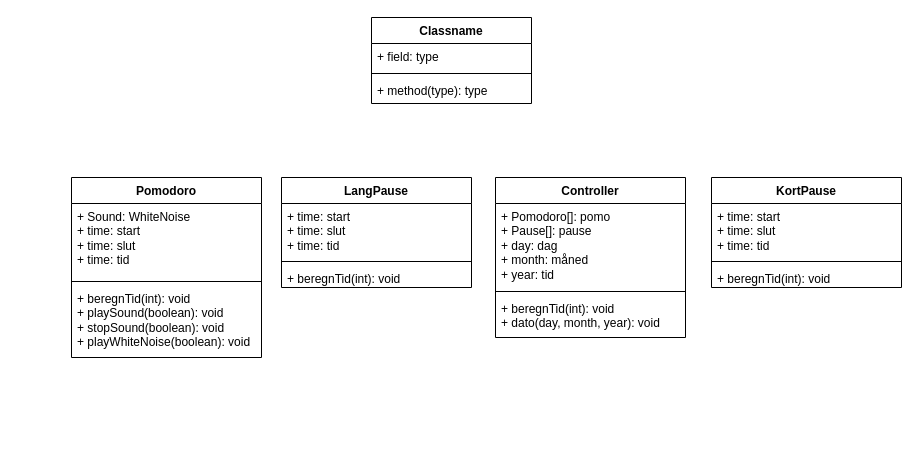
This is nedarvning.drawio from H24HX3Pomodoro/Pomodoro, a draw.io file, before an edit. Source tidied: cells renumbered, new cells numbered last; positions are measured from the earlier drawing's top-left corner, leaving out a move shared by most shapes. Both pictures are drawn from the tidied source at 100%, with x=0, y=0 at pixel (71, 17).
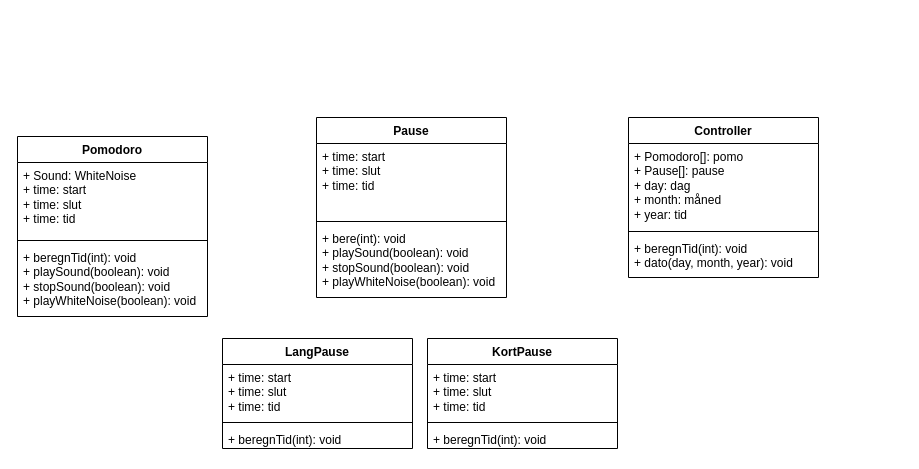
The same diagram, later.

Diff of the diagram source:
```diff
@@
-    <mxCell id="2" value="Pomodoro" style="swimlane;fontStyle=1;align=center;verticalAlign=top;horizontal=1;startSize=26;whiteSpace=wrap;html=1;" parent="1" vertex="1">
-      <mxGeometry y="160" width="190" height="180" as="geometry" />
-    </mxCell>
-    <mxCell id="3" value="+ Sound: WhiteNoise&lt;div&gt;+ time: start&lt;/div&gt;&lt;div&gt;+ time: slut&lt;/div&gt;&lt;div&gt;+ time: tid&lt;/div&gt;" style="text;strokeColor=none;fillColor=none;align=left;verticalAlign=top;spacingLeft=4;spacingRight=4;overflow=hidden;whiteSpace=wrap;html=1;" parent="2" vertex="1">
-      <mxGeometry y="26" width="190" height="74" as="geometry" />
-    </mxCell>
-    <mxCell id="4" style="line;strokeWidth=1;fillColor=none;align=left;verticalAlign=middle;spacingTop=-1;spacingLeft=3;spacingRight=3;labelPosition=right;strokeColor=inherit;" parent="2" vertex="1">
-      <mxGeometry y="100" width="190" height="8" as="geometry" />
-    </mxCell>
-    <mxCell id="5" value="+ beregnTid(int): void&lt;div&gt;+ playSound(boolean): void&lt;/div&gt;&lt;div&gt;+ stopSound(boolean): void&lt;/div&gt;&lt;div&gt;+ playWhiteNoise(boolean): void&lt;/div&gt;" style="text;strokeColor=none;fillColor=none;align=left;verticalAlign=top;spacingLeft=4;spacingRight=4;overflow=hidden;whiteSpace=wrap;html=1;" parent="2" vertex="1">
-      <mxGeometry y="108" width="190" height="72" as="geometry" />
-    </mxCell>
+    <mxCell id="22" value="Pause" style="swimlane;fontStyle=1;align=center;verticalAlign=top;horizontal=1;startSize=26;whiteSpace=wrap;html=1;" parent="1" vertex="1">
+      <mxGeometry x="245" y="100" width="190" height="180" as="geometry" />
+    </mxCell>
+    <mxCell id="23" value="&lt;div&gt;+ time: start&lt;/div&gt;&lt;div&gt;+ time: slut&lt;/div&gt;&lt;div&gt;+ time: tid&lt;/div&gt;" style="text;strokeColor=none;fillColor=none;align=left;verticalAlign=top;spacingLeft=4;spacingRight=4;overflow=hidden;whiteSpace=wrap;html=1;" parent="22" vertex="1">
+      <mxGeometry y="26" width="190" height="74" as="geometry" />
+    </mxCell>
+    <mxCell id="24" style="line;strokeWidth=1;fillColor=none;align=left;verticalAlign=middle;spacingTop=-1;spacingLeft=3;spacingRight=3;labelPosition=right;strokeColor=inherit;" parent="22" vertex="1">
+      <mxGeometry y="100" width="190" height="8" as="geometry" />
+    </mxCell>
+    <mxCell id="25" value="+ bere(int): void&lt;div&gt;+ playSound(boolean): void&lt;/div&gt;&lt;div&gt;+ stopSound(boolean): void&lt;/div&gt;&lt;div&gt;+ playWhiteNoise(boolean): void&lt;/div&gt;" style="text;strokeColor=none;fillColor=none;align=left;verticalAlign=top;spacingLeft=4;spacingRight=4;overflow=hidden;whiteSpace=wrap;html=1;" parent="22" vertex="1">
+      <mxGeometry y="108" width="190" height="72" as="geometry" />
+    </mxCell>
     <mxCell id="6" value="LangPause" style="swimlane;fontStyle=1;align=center;verticalAlign=top;horizontal=1;startSize=26;whiteSpace=wrap;html=1;" parent="1" vertex="1">
-      <mxGeometry x="210" y="160" width="190" height="110" as="geometry" />
+      <mxGeometry x="151" y="321" width="190" height="110" as="geometry" />
     </mxCell>
-    <mxCell id="7" value="&lt;div&gt;+ time: start&lt;/div&gt;&lt;div&gt;+ time: slut&lt;/div&gt;&lt;div&gt;+ time: tid&lt;/div&gt;" style="text;strokeColor=none;fillColor=none;align=left;verticalAlign=top;spacingLeft=4;spacingRight=4;overflow=hidden;whiteSpace=wrap;html=1;" parent="6" vertex="1">
-      <mxGeometry y="26" width="190" height="54" as="geometry" />
-    </mxCell>
-    <mxCell id="8" style="line;strokeWidth=1;fillColor=none;align=left;verticalAlign=middle;spacingTop=-1;spacingLeft=3;spacingRight=3;labelPosition=right;strokeColor=inherit;" parent="6" vertex="1">
-      <mxGeometry y="80" width="190" height="8" as="geometry" />
-    </mxCell>
-    <mxCell id="9" value="+ beregnTid(int): void&lt;div&gt;&lt;br&gt;&lt;/div&gt;" style="text;strokeColor=none;fillColor=none;align=left;verticalAlign=top;spacingLeft=4;spacingRight=4;overflow=hidden;whiteSpace=wrap;html=1;" parent="6" vertex="1">
-      <mxGeometry y="88" width="190" height="22" as="geometry" />
-    </mxCell>
+    <mxCell id="26" value="&lt;div&gt;+ time: start&lt;/div&gt;&lt;div&gt;+ time: slut&lt;/div&gt;&lt;div&gt;+ time: tid&lt;/div&gt;" style="text;strokeColor=none;fillColor=none;align=left;verticalAlign=top;spacingLeft=4;spacingRight=4;overflow=hidden;whiteSpace=wrap;html=1;" parent="6" vertex="1">
+      <mxGeometry y="26" width="190" height="54" as="geometry" />
+    </mxCell>
+    <mxCell id="27" style="line;strokeWidth=1;fillColor=none;align=left;verticalAlign=middle;spacingTop=-1;spacingLeft=3;spacingRight=3;labelPosition=right;strokeColor=inherit;" parent="6" vertex="1">
+      <mxGeometry y="80" width="190" height="8" as="geometry" />
+    </mxCell>
+    <mxCell id="28" value="+ beregnTid(int): void&lt;div&gt;&lt;br&gt;&lt;/div&gt;" style="text;strokeColor=none;fillColor=none;align=left;verticalAlign=top;spacingLeft=4;spacingRight=4;overflow=hidden;whiteSpace=wrap;html=1;" parent="6" vertex="1">
+      <mxGeometry y="88" width="190" height="22" as="geometry" />
+    </mxCell>
     <mxCell id="10" value="KortPause" style="swimlane;fontStyle=1;align=center;verticalAlign=top;horizontal=1;startSize=26;whiteSpace=wrap;html=1;" parent="1" vertex="1">
-      <mxGeometry x="640" y="160" width="190" height="110" as="geometry" />
+      <mxGeometry x="356" y="321" width="190" height="110" as="geometry" />
     </mxCell>
-    <mxCell id="11" value="&lt;div&gt;+ time: start&lt;/div&gt;&lt;div&gt;+ time: slut&lt;/div&gt;&lt;div&gt;+ time: tid&lt;/div&gt;" style="text;strokeColor=none;fillColor=none;align=left;verticalAlign=top;spacingLeft=4;spacingRight=4;overflow=hidden;whiteSpace=wrap;html=1;" parent="10" vertex="1">
-      <mxGeometry y="26" width="190" height="54" as="geometry" />
-    </mxCell>
-    <mxCell id="12" style="line;strokeWidth=1;fillColor=none;align=left;verticalAlign=middle;spacingTop=-1;spacingLeft=3;spacingRight=3;labelPosition=right;strokeColor=inherit;" parent="10" vertex="1">
-      <mxGeometry y="80" width="190" height="8" as="geometry" />
-    </mxCell>
-    <mxCell id="13" value="+ beregnTid(int): void&lt;div&gt;&lt;br&gt;&lt;/div&gt;" style="text;strokeColor=none;fillColor=none;align=left;verticalAlign=top;spacingLeft=4;spacingRight=4;overflow=hidden;whiteSpace=wrap;html=1;" parent="10" vertex="1">
-      <mxGeometry y="88" width="190" height="22" as="geometry" />
-    </mxCell>
+    <mxCell id="29" value="&lt;div&gt;+ time: start&lt;/div&gt;&lt;div&gt;+ time: slut&lt;/div&gt;&lt;div&gt;+ time: tid&lt;/div&gt;" style="text;strokeColor=none;fillColor=none;align=left;verticalAlign=top;spacingLeft=4;spacingRight=4;overflow=hidden;whiteSpace=wrap;html=1;" parent="10" vertex="1">
+      <mxGeometry y="26" width="190" height="54" as="geometry" />
+    </mxCell>
+    <mxCell id="30" style="line;strokeWidth=1;fillColor=none;align=left;verticalAlign=middle;spacingTop=-1;spacingLeft=3;spacingRight=3;labelPosition=right;strokeColor=inherit;" parent="10" vertex="1">
+      <mxGeometry y="80" width="190" height="8" as="geometry" />
+    </mxCell>
+    <mxCell id="31" value="+ beregnTid(int): void&lt;div&gt;&lt;br&gt;&lt;/div&gt;" style="text;strokeColor=none;fillColor=none;align=left;verticalAlign=top;spacingLeft=4;spacingRight=4;overflow=hidden;whiteSpace=wrap;html=1;" parent="10" vertex="1">
+      <mxGeometry y="88" width="190" height="22" as="geometry" />
+    </mxCell>
     <mxCell id="14" value="Controller" style="swimlane;fontStyle=1;align=center;verticalAlign=top;horizontal=1;startSize=26;whiteSpace=wrap;html=1;" parent="1" vertex="1">
-      <mxGeometry x="424" y="160" width="190" height="160" as="geometry" />
+      <mxGeometry x="557" y="100" width="190" height="160" as="geometry" />
     </mxCell>
@@
-    <mxCell id="18" value="Classname" style="swimlane;fontStyle=1;align=center;verticalAlign=top;horizontal=1;startSize=26;whiteSpace=wrap;html=1;" parent="1" vertex="1">
-      <mxGeometry x="300" width="160" height="86" as="geometry" />
-    </mxCell>
-    <mxCell id="19" value="+ field: type" style="text;strokeColor=none;fillColor=none;align=left;verticalAlign=top;spacingLeft=4;spacingRight=4;overflow=hidden;whiteSpace=wrap;html=1;" parent="18" vertex="1">
-      <mxGeometry y="26" width="160" height="26" as="geometry" />
-    </mxCell>
-    <mxCell id="20" style="line;strokeWidth=1;fillColor=none;align=left;verticalAlign=middle;spacingTop=-1;spacingLeft=3;spacingRight=3;labelPosition=right;strokeColor=inherit;" parent="18" vertex="1">
-      <mxGeometry y="52" width="160" height="8" as="geometry" />
-    </mxCell>
-    <mxCell id="21" value="+ method(type): type" style="text;strokeColor=none;fillColor=none;align=left;verticalAlign=top;spacingLeft=4;spacingRight=4;overflow=hidden;whiteSpace=wrap;html=1;" parent="18" vertex="1">
-      <mxGeometry y="60" width="160" height="26" as="geometry" />
-    </mxCell>
+    <mxCell id="2" value="Pomodoro" style="swimlane;fontStyle=1;align=center;verticalAlign=top;horizontal=1;startSize=26;whiteSpace=wrap;html=1;" parent="1" vertex="1">
+      <mxGeometry x="-54" y="119" width="190" height="180" as="geometry" />
+    </mxCell>
+    <mxCell id="3" value="+ Sound: WhiteNoise&lt;div&gt;+ time: start&lt;/div&gt;&lt;div&gt;+ time: slut&lt;/div&gt;&lt;div&gt;+ time: tid&lt;/div&gt;" style="text;strokeColor=none;fillColor=none;align=left;verticalAlign=top;spacingLeft=4;spacingRight=4;overflow=hidden;whiteSpace=wrap;html=1;" parent="2" vertex="1">
+      <mxGeometry y="26" width="190" height="74" as="geometry" />
+    </mxCell>
+    <mxCell id="32" style="line;strokeWidth=1;fillColor=none;align=left;verticalAlign=middle;spacingTop=-1;spacingLeft=3;spacingRight=3;labelPosition=right;strokeColor=inherit;" parent="2" vertex="1">
+      <mxGeometry y="100" width="190" height="8" as="geometry" />
+    </mxCell>
+    <mxCell id="5" value="+ beregnTid(int): void&lt;div&gt;+ playSound(boolean): void&lt;/div&gt;&lt;div&gt;+ stopSound(boolean): void&lt;/div&gt;&lt;div&gt;+ playWhiteNoise(boolean): void&lt;/div&gt;" style="text;strokeColor=none;fillColor=none;align=left;verticalAlign=top;spacingLeft=4;spacingRight=4;overflow=hidden;whiteSpace=wrap;html=1;" parent="2" vertex="1">
+      <mxGeometry y="108" width="190" height="72" as="geometry" />
+    </mxCell>
```
